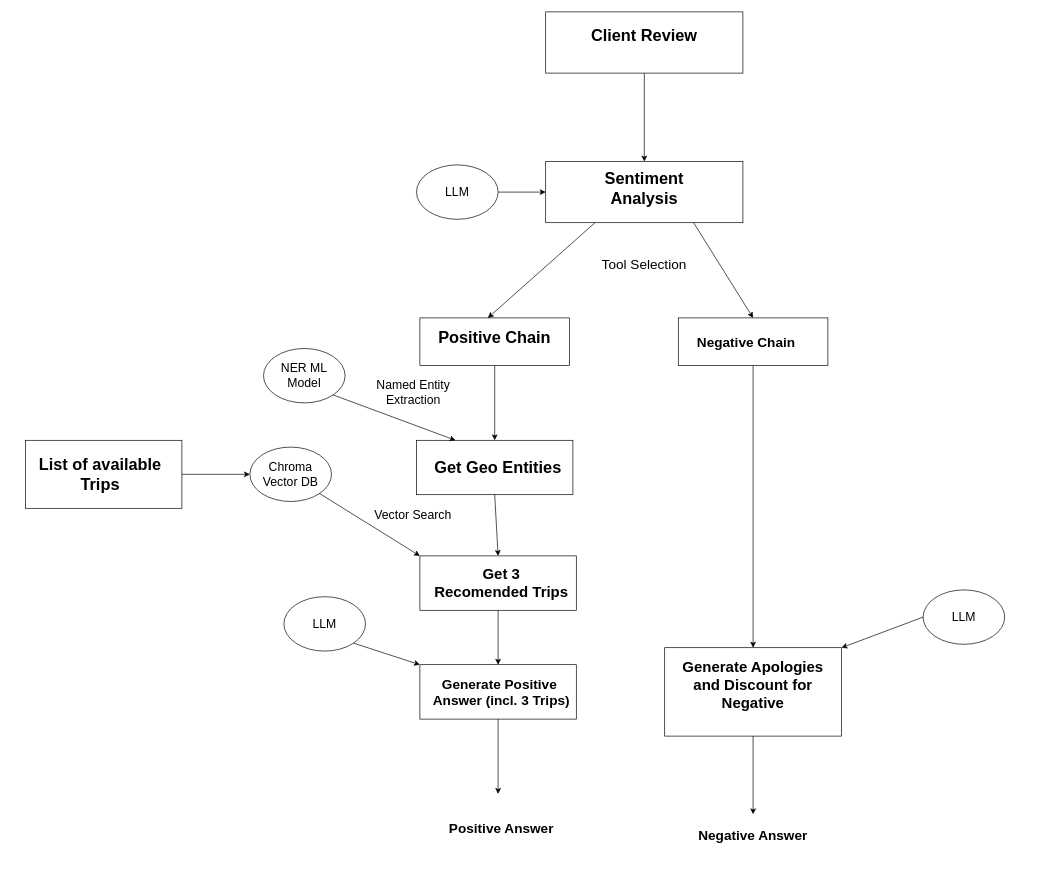
The draw.io diagram page "Archi" (1 of 2) of Archi.drawio in adrians14/wwsi-2026-genai, before the edit. Source tidied: cells renumbered, new cells numbered last; positions are measured from the earlier drawing's top-left corner, leaving out a move shared by most shapes. Both pictures are drawn from the tidied source at 68%, with x=0, y=0 at pixel (25, 12).
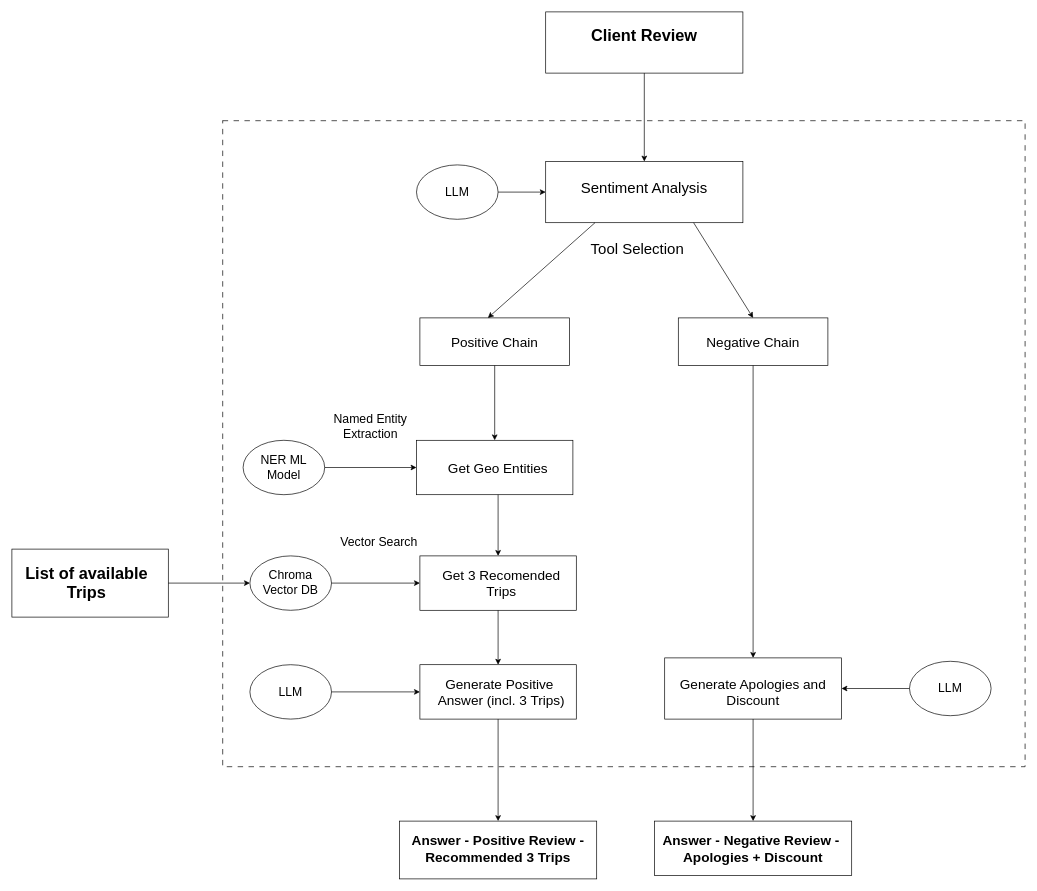
After the change.

The change refers to these unchanged cells:
```xml
<mxCell id="4" style="rounded=0;whiteSpace=wrap;html=1;fillColor=none;" parent="1" vertex="1">
  <mxGeometry x="580" y="800" width="230" height="80" as="geometry" />
</mxCell>
<mxCell id="27" style="rounded=0;whiteSpace=wrap;html=1;fillColor=none;" parent="1" vertex="1">
  <mxGeometry x="580" y="960" width="230" height="80" as="geometry" />
</mxCell>
```

Change to the diagram source:
```diff
@@
+    <mxCell id="20" style="rounded=0;whiteSpace=wrap;html=1;fillColor=none;fontStyle=1;" parent="1" vertex="1">
+      <mxGeometry x="575" y="630" width="230" height="80" as="geometry" />
+    </mxCell>
+    <mxCell id="45" style="rounded=0;whiteSpace=wrap;html=1;dashed=1;dashPattern=8 8;fillColor=none;" parent="1" vertex="1">
+      <mxGeometry x="290" y="160" width="1180" height="950" as="geometry" />
+    </mxCell>
+    <mxCell id="14" value="&lt;div&gt;Get Geo Entities&lt;/div&gt;" style="text;html=1;align=center;verticalAlign=middle;whiteSpace=wrap;rounded=0;fontSize=20;fontStyle=0;" parent="1" vertex="1">
+      <mxGeometry x="585" y="630" width="220" height="80" as="geometry" />
+    </mxCell>
+    <mxCell id="39" style="rounded=0;whiteSpace=wrap;html=1;fillColor=none;fontStyle=1;" parent="1" vertex="1">
+      <mxGeometry x="940" y="950" width="260" height="90" as="geometry" />
+    </mxCell>
+    <mxCell id="46" style="rounded=0;whiteSpace=wrap;html=1;fillColor=none;" parent="1" vertex="1">
+      <mxGeometry x="550" y="1190" width="290" height="85" as="geometry" />
+    </mxCell>
+    <mxCell id="47" style="rounded=0;whiteSpace=wrap;html=1;fillColor=none;" parent="1" vertex="1">
+      <mxGeometry x="925" y="1190" width="290" height="80" as="geometry" />
+    </mxCell>
@@
     <mxCell id="3" value="&lt;div&gt;Vector Search&lt;/div&gt;" style="text;html=1;align=center;verticalAlign=middle;whiteSpace=wrap;rounded=0;fontSize=18;fontStyle=0;" parent="1" vertex="1">
-      <mxGeometry x="460" y="700" width="220" height="80" as="geometry" />
+      <mxGeometry x="410" y="740" width="220" height="80" as="geometry" />
     </mxCell>
@@
-    <mxCell id="9" value="&lt;div&gt;Sentiment Analysis&lt;/div&gt;" style="text;html=1;align=center;verticalAlign=middle;whiteSpace=wrap;rounded=0;fontSize=24;fontStyle=1;" parent="1" vertex="1">
+    <mxCell id="9" value="&lt;div&gt;Sentiment Analysis&lt;/div&gt;" style="text;html=1;align=center;verticalAlign=middle;whiteSpace=wrap;rounded=0;fontSize=22;fontStyle=0;" parent="1" vertex="1">
       <mxGeometry x="800" y="220" width="220" height="80" as="geometry" />
     </mxCell>
@@
-    <mxCell id="12" value="&lt;div&gt;Positive Chain&lt;/div&gt;" style="text;html=1;align=center;verticalAlign=middle;whiteSpace=wrap;rounded=0;fontSize=24;fontStyle=1;" parent="1" vertex="1">
-      <mxGeometry x="580" y="440" width="220" height="80" as="geometry" />
+    <mxCell id="12" value="&lt;div&gt;Positive Chain&lt;/div&gt;" style="text;html=1;align=center;verticalAlign=middle;whiteSpace=wrap;rounded=0;fontSize=20;fontStyle=0;" parent="1" vertex="1">
+      <mxGeometry x="580" y="445" width="220" height="80" as="geometry" />
     </mxCell>
@@
-    <mxCell id="14" value="&lt;div&gt;Get Geo Entities&lt;/div&gt;" style="text;html=1;align=center;verticalAlign=middle;whiteSpace=wrap;rounded=0;fontSize=24;fontStyle=1;" parent="1" vertex="1">
-      <mxGeometry x="585" y="630" width="220" height="80" as="geometry" />
-    </mxCell>
     <mxCell id="15" value="&lt;font style=&quot;font-size: 18px;&quot;&gt;NER ML&lt;br&gt;Model&lt;/font&gt;" style="ellipse;whiteSpace=wrap;html=1;" parent="1" vertex="1">
-      <mxGeometry x="350" y="495" width="120" height="80" as="geometry" />
+      <mxGeometry x="320" y="630" width="120" height="80" as="geometry" />
     </mxCell>
     <mxCell id="16" value="&lt;span style=&quot;font-size: 18px;&quot;&gt;Chroma&lt;br&gt;Vector DB&lt;/span&gt;" style="ellipse;whiteSpace=wrap;html=1;" parent="1" vertex="1">
-      <mxGeometry x="330" y="640" width="120" height="80" as="geometry" />
+      <mxGeometry x="330" y="800" width="120" height="80" as="geometry" />
     </mxCell>
     <mxCell id="17" value="&lt;div&gt;List of available Trips&lt;/div&gt;" style="text;html=1;align=center;verticalAlign=middle;whiteSpace=wrap;rounded=0;fontSize=24;fontStyle=1;" parent="1" vertex="1">
-      <mxGeometry y="640" width="220" height="80" as="geometry" />
+      <mxGeometry x="-20" y="800" width="220" height="80" as="geometry" />
     </mxCell>
     <mxCell id="18" style="rounded=0;whiteSpace=wrap;html=1;fillColor=none;" parent="1" vertex="1">
-      <mxGeometry y="630" width="230" height="100" as="geometry" />
+      <mxGeometry x="-20" y="790" width="230" height="100" as="geometry" />
     </mxCell>
@@
-    <mxCell id="20" style="rounded=0;whiteSpace=wrap;html=1;fillColor=none;fontStyle=0;" parent="1" vertex="1">
-      <mxGeometry x="575" y="630" width="230" height="80" as="geometry" />
-    </mxCell>
@@
-    <mxCell id="22" style="endArrow=classic;html=1;rounded=0;entryX=0.25;entryY=0;entryDx=0;entryDy=0;exitX=1;exitY=1;exitDx=0;exitDy=0;" parent="1" edge="1" source="15" target="20">
+    <mxCell id="22" style="endArrow=classic;html=1;rounded=0;exitX=1;exitY=0.5;exitDx=0;exitDy=0;entryX=0;entryY=0.5;entryDx=0;entryDy=0;" parent="1" edge="1" source="15" target="20">
       <mxGeometry relative="1" as="geometry" />
     </mxCell>
-    <mxCell id="23" value="&lt;div&gt;Get 3 Recomended Trips&lt;/div&gt;" style="text;html=1;align=center;verticalAlign=middle;whiteSpace=wrap;rounded=0;fontSize=22;fontStyle=1;" parent="1" vertex="1">
+    <mxCell id="23" value="&lt;div&gt;Get 3 Recomended Trips&lt;/div&gt;" style="text;html=1;align=center;verticalAlign=middle;whiteSpace=wrap;rounded=0;fontSize=20;fontStyle=0;" parent="1" vertex="1">
       <mxGeometry x="600" y="810" width="200" height="60" as="geometry" />
     </mxCell>
-    <mxCell id="24" style="endArrow=classic;html=1;rounded=0;entryX=0;entryY=0;entryDx=0;entryDy=0;" parent="1" edge="1" target="4">
-      <mxGeometry relative="1" as="geometry">
-        <mxPoint x="432" y="708" as="sourcePoint" />
-      </mxGeometry>
+    <mxCell id="24" style="endArrow=classic;html=1;rounded=0;entryX=0;entryY=0.5;entryDx=0;entryDy=0;exitX=1;exitY=0.5;exitDx=0;exitDy=0;" parent="1" edge="1" source="16" target="4">
+      <mxGeometry relative="1" as="geometry" />
     </mxCell>
     <mxCell id="25" value="&lt;div&gt;Named Entity Extraction&lt;/div&gt;" style="text;html=1;align=center;verticalAlign=middle;whiteSpace=wrap;rounded=0;fontSize=18;fontStyle=0;" parent="1" vertex="1">
-      <mxGeometry x="472.5" y="520" width="195" height="80" as="geometry" />
+      <mxGeometry x="410" y="570" width="195" height="80" as="geometry" />
     </mxCell>
-    <mxCell id="26" style="endArrow=classic;html=1;rounded=0;exitX=0.5;exitY=1;exitDx=0;exitDy=0;" parent="1" edge="1" source="20">
-      <mxGeometry relative="1" as="geometry">
-        <mxPoint x="695" y="800" as="targetPoint" />
-      </mxGeometry>
+    <mxCell id="26" style="endArrow=classic;html=1;rounded=0;exitX=0.5;exitY=1;exitDx=0;exitDy=0;entryX=0.5;entryY=0;entryDx=0;entryDy=0;" parent="1" edge="1" source="14" target="4">
+      <mxGeometry relative="1" as="geometry" />
     </mxCell>
@@
-    <mxCell id="28" value="&lt;div&gt;Generate Positive&amp;nbsp;&lt;br&gt;Answer (incl. 3 Trips)&lt;/div&gt;" style="text;html=1;align=center;verticalAlign=middle;whiteSpace=wrap;rounded=0;fontSize=20;fontStyle=1;" parent="1" vertex="1">
+    <mxCell id="28" value="&lt;div&gt;Generate Positive&amp;nbsp;&lt;br&gt;Answer (incl. 3 Trips)&lt;/div&gt;" style="text;html=1;align=center;verticalAlign=middle;whiteSpace=wrap;rounded=0;fontSize=20;fontStyle=0;" parent="1" vertex="1">
       <mxGeometry x="590" y="970" width="220" height="60" as="geometry" />
     </mxCell>
     <mxCell id="29" value="&lt;span style=&quot;font-size: 18px;&quot;&gt;LLM&lt;/span&gt;" style="ellipse;whiteSpace=wrap;html=1;" parent="1" vertex="1">
-      <mxGeometry x="380" y="860" width="120" height="80" as="geometry" />
+      <mxGeometry x="330" y="960" width="120" height="80" as="geometry" />
     </mxCell>
-    <mxCell id="30" style="endArrow=classic;html=1;rounded=0;entryX=0;entryY=0;entryDx=0;entryDy=0;exitX=1;exitY=1;exitDx=0;exitDy=0;" parent="1" edge="1" source="29" target="27">
+    <mxCell id="30" style="endArrow=classic;html=1;rounded=0;entryX=0;entryY=0.5;entryDx=0;entryDy=0;exitX=1;exitY=0.5;exitDx=0;exitDy=0;" parent="1" edge="1" source="29" target="27">
       <mxGeometry relative="1" as="geometry" />
     </mxCell>
@@
-    <mxCell id="32" style="endArrow=classic;html=1;rounded=0;exitX=0.5;exitY=1;exitDx=0;exitDy=0;" parent="1" edge="1" source="27">
-      <mxGeometry relative="1" as="geometry">
-        <mxPoint x="695" y="1150" as="targetPoint" />
-      </mxGeometry>
+    <mxCell id="32" style="endArrow=classic;html=1;rounded=0;exitX=0.5;exitY=1;exitDx=0;exitDy=0;entryX=0.5;entryY=0;entryDx=0;entryDy=0;" parent="1" edge="1" source="27" target="46">
+      <mxGeometry relative="1" as="geometry" />
     </mxCell>
-    <mxCell id="33" value="&lt;div&gt;Positive Answer&lt;/div&gt;" style="text;html=1;align=center;verticalAlign=middle;whiteSpace=wrap;rounded=0;fontSize=20;fontStyle=1;" parent="1" vertex="1">
-      <mxGeometry x="590" y="1170" width="220" height="60" as="geometry" />
+    <mxCell id="33" value="&lt;div&gt;Answer - Positive Review -&lt;br&gt;Recommended 3 Trips&lt;/div&gt;" style="text;html=1;align=center;verticalAlign=middle;whiteSpace=wrap;rounded=0;fontSize=20;fontStyle=1;" parent="1" vertex="1">
+      <mxGeometry x="565" y="1200" width="260" height="60" as="geometry" />
     </mxCell>
@@
-    <mxCell id="36" value="&lt;div&gt;Negative Chain&lt;/div&gt;" style="text;html=1;align=center;verticalAlign=middle;whiteSpace=wrap;rounded=0;fontSize=20;fontStyle=1;" parent="1" vertex="1">
-      <mxGeometry x="950" y="455" width="220" height="60" as="geometry" />
+    <mxCell id="36" value="&lt;div&gt;Negative Chain&lt;/div&gt;" style="text;html=1;align=center;verticalAlign=middle;whiteSpace=wrap;rounded=0;fontSize=20;fontStyle=0;" parent="1" vertex="1">
+      <mxGeometry x="960" y="455" width="220" height="60" as="geometry" />
     </mxCell>
-    <mxCell id="37" value="&lt;div&gt;Tool Selection&lt;/div&gt;" style="text;html=1;align=center;verticalAlign=middle;whiteSpace=wrap;rounded=0;fontSize=20;fontStyle=0;" parent="1" vertex="1">
-      <mxGeometry x="800" y="340" width="220" height="60" as="geometry" />
+    <mxCell id="37" value="&lt;div&gt;Tool Selection&lt;/div&gt;" style="text;html=1;align=center;verticalAlign=middle;whiteSpace=wrap;rounded=0;fontSize=22;fontStyle=0;" parent="1" vertex="1">
+      <mxGeometry x="790" y="320" width="220" height="60" as="geometry" />
     </mxCell>
-    <mxCell id="38" value="&lt;div&gt;Generate Apologies and Discount for Negative&lt;/div&gt;" style="text;html=1;align=center;verticalAlign=middle;whiteSpace=wrap;rounded=0;fontSize=22;fontStyle=1;" parent="1" vertex="1">
-      <mxGeometry x="960" y="950" width="220" height="80" as="geometry" />
+    <mxCell id="38" value="&lt;div&gt;Generate Apologies and Discount&lt;/div&gt;" style="text;html=1;align=center;verticalAlign=middle;whiteSpace=wrap;rounded=0;fontSize=20;fontStyle=0;" parent="1" vertex="1">
+      <mxGeometry x="960" y="960" width="220" height="80" as="geometry" />
     </mxCell>
-    <mxCell id="39" style="rounded=0;whiteSpace=wrap;html=1;fillColor=none;" parent="1" vertex="1">
-      <mxGeometry x="940" y="935" width="260" height="130" as="geometry" />
-    </mxCell>
     <mxCell id="40" value="&lt;span style=&quot;font-size: 18px;&quot;&gt;LLM&lt;/span&gt;" style="ellipse;whiteSpace=wrap;html=1;" parent="1" vertex="1">
-      <mxGeometry x="1320" y="850" width="120" height="80" as="geometry" />
+      <mxGeometry x="1300" y="955" width="120" height="80" as="geometry" />
     </mxCell>
-    <mxCell id="41" style="endArrow=classic;html=1;rounded=0;entryX=1;entryY=0;entryDx=0;entryDy=0;exitX=0;exitY=0.5;exitDx=0;exitDy=0;" parent="1" edge="1" source="40" target="39">
+    <mxCell id="41" style="endArrow=classic;html=1;rounded=0;entryX=1;entryY=0.5;entryDx=0;entryDy=0;exitX=0;exitY=0.5;exitDx=0;exitDy=0;" parent="1" edge="1" source="40" target="39">
       <mxGeometry relative="1" as="geometry" />
     </mxCell>
-    <mxCell id="42" value="&lt;div&gt;Negative Answer&lt;/div&gt;" style="text;html=1;align=center;verticalAlign=middle;whiteSpace=wrap;rounded=0;fontSize=20;fontStyle=1;" parent="1" vertex="1">
-      <mxGeometry x="960" y="1180" width="220" height="60" as="geometry" />
+    <mxCell id="42" value="&lt;div&gt;Answer - Negative Review -&amp;nbsp;&lt;br&gt;Apologies + Discount&lt;/div&gt;" style="text;html=1;align=center;verticalAlign=middle;whiteSpace=wrap;rounded=0;fontSize=20;fontStyle=1;" parent="1" vertex="1">
+      <mxGeometry x="930" y="1200" width="280" height="60" as="geometry" />
     </mxCell>
-    <mxCell id="43" style="endArrow=classic;html=1;rounded=0;exitX=0.5;exitY=1;exitDx=0;exitDy=0;entryX=0.5;entryY=0;entryDx=0;entryDy=0;" parent="1" edge="1" source="39" target="42">
+    <mxCell id="43" style="endArrow=classic;html=1;rounded=0;exitX=0.5;exitY=1;exitDx=0;exitDy=0;entryX=0.5;entryY=0;entryDx=0;entryDy=0;" parent="1" edge="1" source="39" target="47">
       <mxGeometry relative="1" as="geometry" />
     </mxCell>
```
